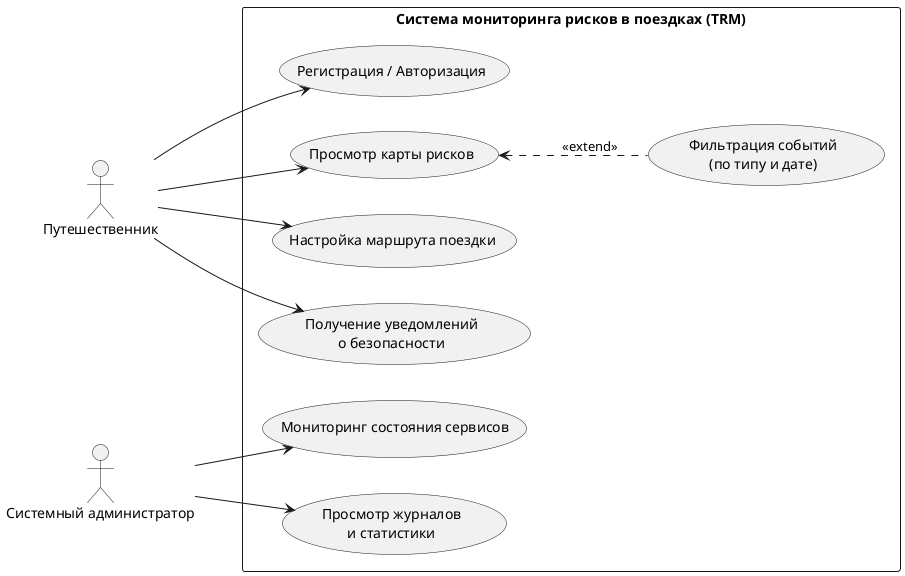
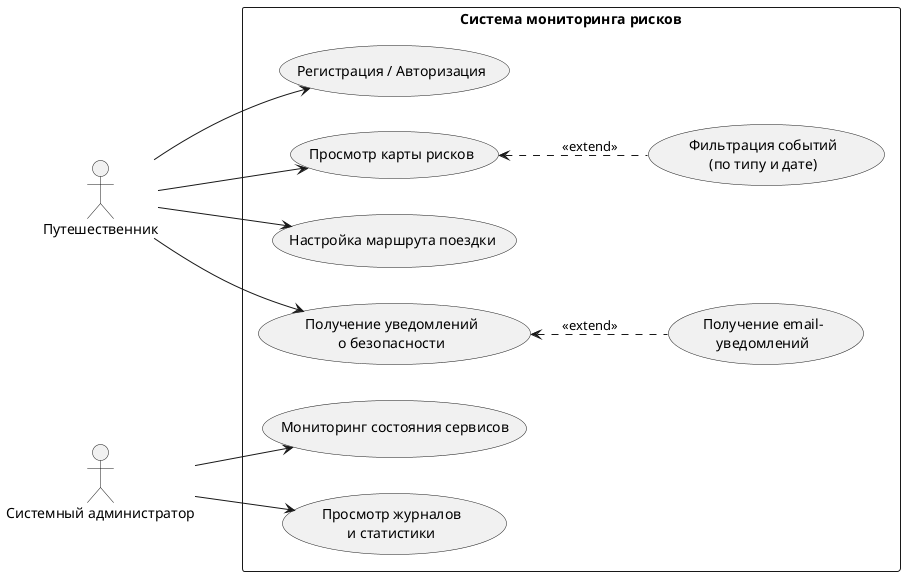
@startuml use_case_diagramm
left to right direction

actor "Путешественник" as User
actor "Системный администратор" as Admin

- rectangle "Система мониторинга рисков в поездках (TRM)" {
+ rectangle "Система мониторинга рисков" {
    usecase "Регистрация / Авторизация" as UC5
    usecase "Просмотр карты рисков" as UC1
    usecase "Фильтрация событий\n(по типу и дате)" as UC2
    usecase "Настройка маршрута поездки" as UC3
    usecase "Получение уведомлений\nо безопасности" as UC4
+     usecase "Получение email-\nуведомлений" as UC9

    usecase "Мониторинг состояния сервисов" as UC7
    usecase "Просмотр журналов\nи статистики" as UC8
}

User --> UC5
User --> UC1
User --> UC3
User --> UC4

Admin --> UC7
Admin --> UC8

+ UC4 <.. UC9 : <<extend>>
UC1 <.. UC2 : <<extend>>

@enduml